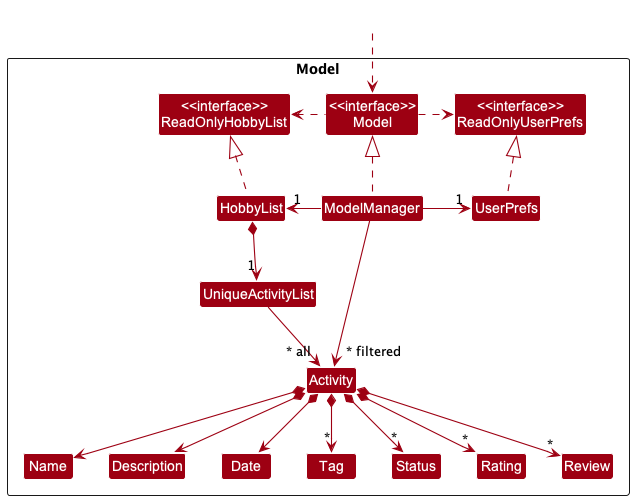
Above: docs/images/ModelClassDiagram.png in nus-cs2103-AY2223S1/tp (PlantUML), before the change.
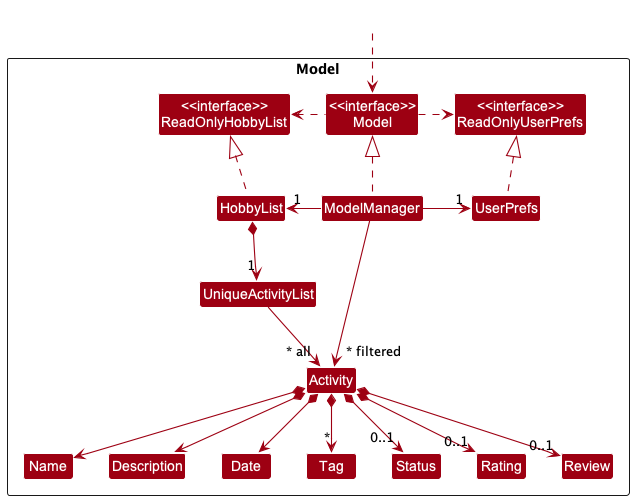
The same diagram one commit later.

The edit, as a diff of the source:
```diff
@@ -42,9 +42,9 @@
 Activity *--> Description
 Activity *--> Date
 Activity *--> "*" Tag
-Activity *--> "*" Status
-Activity *--> "*" Rating
-Activity *--> "*" Review
+Activity *--> "0..1" Status
+Activity *--> "0..1" Rating
+Activity *--> "0..1" Review
 
 Name -[hidden]right-> Description
 Date -[hidden]right-> Tag
```
